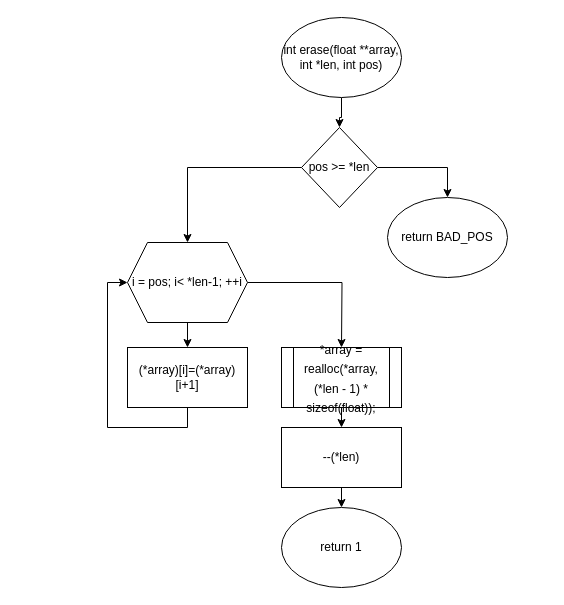
Alvald1/draw.io keeps this draw.io diagram as page "erase" (7 of 8) of Untitled Diagram.drawio. Above is the earlier version. Source tidied: cells renumbered, new cells numbered last; positions are measured from the earlier drawing's top-left corner, leaving out a move shared by most shapes. Both pictures are drawn from the tidied source at 100%, with x=0, y=0 at pixel (127, 17).
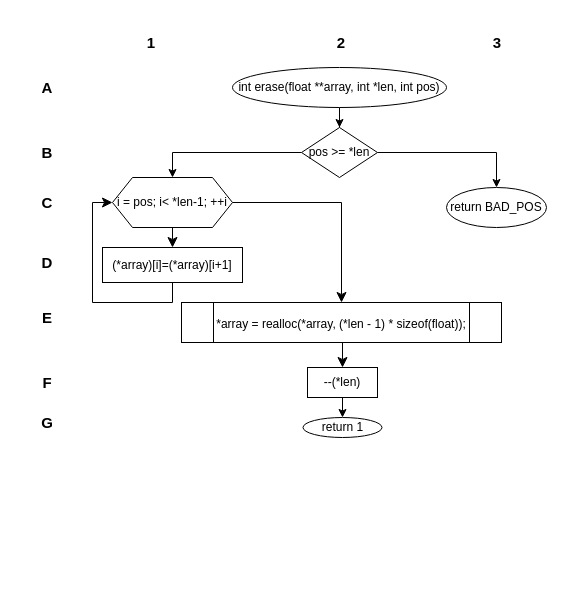
The same page after the edit.

Change to the diagram source:
```diff
@@
     <mxCell id="3" value="int erase(float **array, int *len, int pos)" style="ellipse;whiteSpace=wrap;html=1;" parent="1" vertex="1">
-      <mxGeometry x="154" width="120" height="80" as="geometry" />
+      <mxGeometry x="105" y="50" width="214" height="40" as="geometry" />
     </mxCell>
@@
     <mxCell id="6" value="pos &amp;gt;= *len" style="rhombus;whiteSpace=wrap;html=1;" parent="1" vertex="1">
-      <mxGeometry x="174" y="110" width="76" height="80" as="geometry" />
+      <mxGeometry x="174" y="110" width="76" height="50" as="geometry" />
     </mxCell>
     <mxCell id="7" value="return BAD_POS" style="ellipse;whiteSpace=wrap;html=1;" parent="1" vertex="1">
-      <mxGeometry x="260" y="180" width="120" height="80" as="geometry" />
+      <mxGeometry x="319" y="170" width="100" height="40" as="geometry" />
     </mxCell>
-    <mxCell id="8" style="edgeStyle=orthogonalEdgeStyle;rounded=0;jettySize=auto;html=1;exitX=1;exitY=0.5;exitDx=0;exitDy=0;entryX=0.5;entryY=0;entryDx=0;entryDy=0;" parent="1" edge="1" source="9">
-      <mxGeometry relative="1" as="geometry">
-        <mxPoint x="214" y="330" as="targetPoint" />
-      </mxGeometry>
-    </mxCell>
+    <mxCell id="18" style="edgeStyle=orthogonalEdgeStyle;shape=connector;rounded=0;jettySize=auto;html=1;exitX=0.5;exitY=1;exitDx=0;exitDy=0;entryX=0.5;entryY=0;entryDx=0;entryDy=0;labelBackgroundColor=default;strokeColor=default;strokeWidth=1;align=center;verticalAlign=middle;fontFamily=Helvetica;fontSize=3;fontColor=default;endArrow=classic;startSize=8;endSize=8;" parent="1" edge="1" source="9" target="11">
+      <mxGeometry relative="1" as="geometry" />
+    </mxCell>
+    <mxCell id="19" style="edgeStyle=orthogonalEdgeStyle;shape=connector;rounded=0;jettySize=auto;html=1;exitX=1;exitY=0.5;exitDx=0;exitDy=0;entryX=0.5;entryY=0;entryDx=0;entryDy=0;labelBackgroundColor=default;strokeColor=default;strokeWidth=1;align=center;verticalAlign=middle;fontFamily=Helvetica;fontSize=3;fontColor=default;endArrow=classic;startSize=8;endSize=8;" parent="1" edge="1" source="9" target="17">
+      <mxGeometry relative="1" as="geometry" />
+    </mxCell>
     <mxCell id="9" value="i = pos; i&amp;lt; *len-1; ++i" style="shape=hexagon;perimeter=hexagonPerimeter2;whiteSpace=wrap;html=1;fixedSize=1;" parent="1" vertex="1">
-      <mxGeometry y="225" width="120" height="80" as="geometry" />
+      <mxGeometry x="-15" y="160" width="120" height="50" as="geometry" />
     </mxCell>
-    <mxCell id="10" style="edgeStyle=orthogonalEdgeStyle;rounded=0;jettySize=auto;html=1;exitX=0.5;exitY=1;exitDx=0;exitDy=0;entryX=0;entryY=0.5;entryDx=0;entryDy=0;" parent="1" edge="1" source="11" target="9">
+    <mxCell id="10" style="edgeStyle=orthogonalEdgeStyle;shape=connector;rounded=0;jettySize=auto;html=1;exitX=0.5;exitY=1;exitDx=0;exitDy=0;entryX=0;entryY=0.5;entryDx=0;entryDy=0;labelBackgroundColor=default;strokeColor=default;strokeWidth=1;align=center;verticalAlign=middle;fontFamily=Helvetica;fontSize=3;fontColor=default;endArrow=classic;startSize=8;endSize=8;" parent="1" edge="1" source="11" target="9">
       <mxGeometry relative="1" as="geometry" />
     </mxCell>
     <mxCell id="11" value="(*array)[i]=(*array)[i+1]" style="rounded=0;whiteSpace=wrap;html=1;" parent="1" vertex="1">
-      <mxGeometry y="330" width="120" height="60" as="geometry" />
+      <mxGeometry x="-25" y="230" width="140" height="35" as="geometry" />
     </mxCell>
-    <mxCell id="12" style="edgeStyle=orthogonalEdgeStyle;rounded=0;jettySize=auto;html=1;exitX=0.5;exitY=1;exitDx=0;exitDy=0;entryX=0.5;entryY=0;entryDx=0;entryDy=0;" parent="1" edge="1" source="9">
-      <mxGeometry relative="1" as="geometry">
-        <mxPoint x="60" y="330" as="targetPoint" />
-      </mxGeometry>
-    </mxCell>
-    <mxCell id="13" style="edgeStyle=orthogonalEdgeStyle;rounded=0;jettySize=auto;html=1;exitX=0.5;exitY=1;exitDx=0;exitDy=0;entryX=0.5;entryY=0;entryDx=0;entryDy=0;" parent="1" edge="1" target="15">
-      <mxGeometry relative="1" as="geometry">
-        <mxPoint x="214" y="390" as="sourcePoint" />
-      </mxGeometry>
-    </mxCell>
@@
     <mxCell id="15" value="--(*len)" style="rounded=0;whiteSpace=wrap;html=1;" parent="1" vertex="1">
-      <mxGeometry x="154" y="410" width="120" height="60" as="geometry" />
+      <mxGeometry x="180" y="350" width="70" height="30" as="geometry" />
     </mxCell>
     <mxCell id="16" value="return 1" style="ellipse;whiteSpace=wrap;html=1;" parent="1" vertex="1">
-      <mxGeometry x="154" y="490" width="120" height="80" as="geometry" />
+      <mxGeometry x="175.5" y="400" width="79" height="20" as="geometry" />
     </mxCell>
+    <mxCell id="20" style="edgeStyle=orthogonalEdgeStyle;shape=connector;rounded=0;jettySize=auto;html=1;exitX=0.5;exitY=1;exitDx=0;exitDy=0;entryX=0.5;entryY=0;entryDx=0;entryDy=0;labelBackgroundColor=default;strokeColor=default;strokeWidth=1;align=center;verticalAlign=middle;fontFamily=Helvetica;fontSize=3;fontColor=default;endArrow=classic;startSize=8;endSize=8;" parent="1" edge="1" source="17" target="15">
+      <mxGeometry relative="1" as="geometry" />
+    </mxCell>
     <mxCell id="17" value="&lt;font style=&quot;font-size: 12px;&quot;&gt;*array = realloc(*array, (*len - 1) * sizeof(float));&lt;/font&gt;" style="shape=process;whiteSpace=wrap;html=1;backgroundOutline=1;fontSize=16;" parent="1" vertex="1">
-      <mxGeometry x="154" y="330" width="120" height="60" as="geometry" />
+      <mxGeometry x="54" y="285" width="320" height="40" as="geometry" />
     </mxCell>
+    <mxCell id="21" value="&lt;font style=&quot;font-size: 15px;&quot;&gt;&lt;b&gt;A&lt;/b&gt;&lt;/font&gt;" style="text;html=1;strokeColor=none;fillColor=none;align=center;verticalAlign=middle;whiteSpace=wrap;rounded=0;fontSize=3;fontFamily=Helvetica;fontColor=default;" parent="1" vertex="1">
+      <mxGeometry x="-110" y="55" width="60" height="30" as="geometry" />
+    </mxCell>
+    <mxCell id="22" value="&lt;font style=&quot;font-size: 15px;&quot;&gt;&lt;b&gt;1&lt;/b&gt;&lt;/font&gt;" style="text;html=1;strokeColor=none;fillColor=none;align=center;verticalAlign=middle;whiteSpace=wrap;rounded=0;fontSize=3;fontFamily=Helvetica;fontColor=default;" parent="1" vertex="1">
+      <mxGeometry x="-6" y="10" width="60" height="30" as="geometry" />
+    </mxCell>
+    <mxCell id="23" value="&lt;font style=&quot;font-size: 15px;&quot;&gt;&lt;b&gt;3&lt;/b&gt;&lt;/font&gt;" style="text;html=1;strokeColor=none;fillColor=none;align=center;verticalAlign=middle;whiteSpace=wrap;rounded=0;fontSize=3;fontFamily=Helvetica;fontColor=default;" parent="1" vertex="1">
+      <mxGeometry x="340" y="10" width="60" height="30" as="geometry" />
+    </mxCell>
+    <mxCell id="24" value="&lt;font style=&quot;font-size: 15px;&quot;&gt;&lt;b&gt;2&lt;/b&gt;&lt;/font&gt;" style="text;html=1;strokeColor=none;fillColor=none;align=center;verticalAlign=middle;whiteSpace=wrap;rounded=0;fontSize=3;fontFamily=Helvetica;fontColor=default;" parent="1" vertex="1">
+      <mxGeometry x="184" y="10" width="60" height="30" as="geometry" />
+    </mxCell>
+    <mxCell id="25" value="&lt;font style=&quot;font-size: 15px;&quot;&gt;&lt;b&gt;D&lt;/b&gt;&lt;/font&gt;" style="text;html=1;strokeColor=none;fillColor=none;align=center;verticalAlign=middle;whiteSpace=wrap;rounded=0;fontSize=3;fontFamily=Helvetica;fontColor=default;" parent="1" vertex="1">
+      <mxGeometry x="-110" y="230" width="60" height="30" as="geometry" />
+    </mxCell>
+    <mxCell id="26" value="&lt;font style=&quot;font-size: 15px;&quot;&gt;&lt;b&gt;C&lt;/b&gt;&lt;/font&gt;" style="text;html=1;strokeColor=none;fillColor=none;align=center;verticalAlign=middle;whiteSpace=wrap;rounded=0;fontSize=3;fontFamily=Helvetica;fontColor=default;" parent="1" vertex="1">
+      <mxGeometry x="-110" y="170" width="60" height="30" as="geometry" />
+    </mxCell>
+    <mxCell id="27" value="&lt;font style=&quot;font-size: 15px;&quot;&gt;&lt;b&gt;B&lt;/b&gt;&lt;/font&gt;" style="text;html=1;strokeColor=none;fillColor=none;align=center;verticalAlign=middle;whiteSpace=wrap;rounded=0;fontSize=3;fontFamily=Helvetica;fontColor=default;" parent="1" vertex="1">
+      <mxGeometry x="-110" y="120" width="60" height="30" as="geometry" />
+    </mxCell>
+    <mxCell id="28" value="&lt;font style=&quot;font-size: 15px;&quot;&gt;&lt;b&gt;F&lt;/b&gt;&lt;/font&gt;" style="text;html=1;strokeColor=none;fillColor=none;align=center;verticalAlign=middle;whiteSpace=wrap;rounded=0;fontSize=3;fontFamily=Helvetica;fontColor=default;" parent="1" vertex="1">
+      <mxGeometry x="-110" y="350" width="60" height="30" as="geometry" />
+    </mxCell>
+    <mxCell id="29" value="&lt;font style=&quot;font-size: 15px;&quot;&gt;&lt;b&gt;E&lt;/b&gt;&lt;/font&gt;" style="text;html=1;strokeColor=none;fillColor=none;align=center;verticalAlign=middle;whiteSpace=wrap;rounded=0;fontSize=3;fontFamily=Helvetica;fontColor=default;" parent="1" vertex="1">
+      <mxGeometry x="-110" y="285" width="60" height="30" as="geometry" />
+    </mxCell>
+    <mxCell id="30" value="&lt;font style=&quot;font-size: 15px;&quot;&gt;&lt;b&gt;G&lt;/b&gt;&lt;/font&gt;" style="text;html=1;strokeColor=none;fillColor=none;align=center;verticalAlign=middle;whiteSpace=wrap;rounded=0;fontSize=3;fontFamily=Helvetica;fontColor=default;" parent="1" vertex="1">
+      <mxGeometry x="-110" y="390" width="60" height="30" as="geometry" />
+    </mxCell>
```
